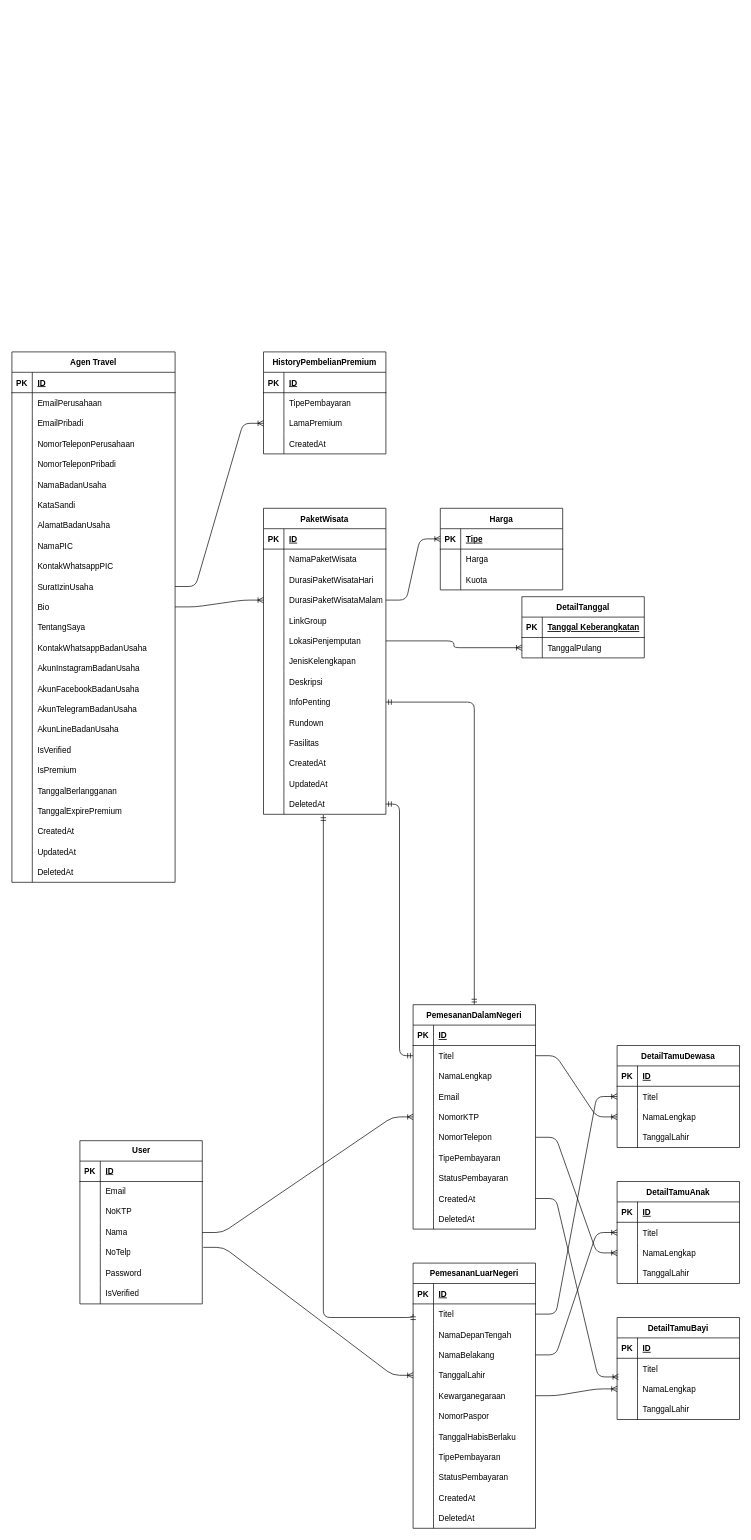
Above: er/sinta_new.drawio in VinncentWong/SintaBE (draw.io), before the change. Source tidied: cells renumbered, new cells numbered last; positions are measured from the earlier drawing's top-left corner, leaving out a move shared by most shapes. Both pictures are drawn from the tidied source at 68%, with x=0, y=0 at pixel (12, 352).
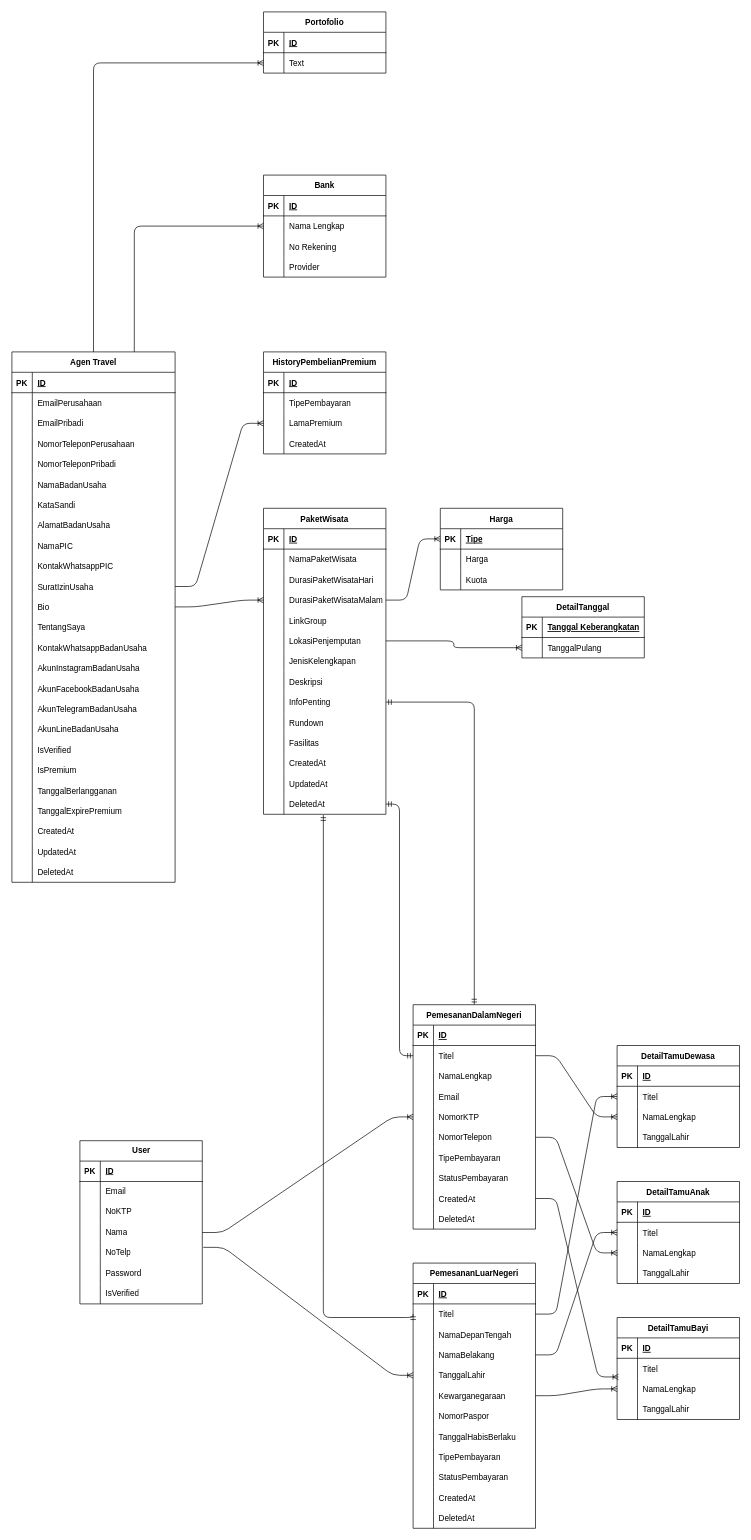
The same page after the edit.

The change refers to these unchanged cells:
```xml
<mxCell id="139" value="Agen Travel" style="shape=table;startSize=30;childLayout=tableLayout;rowLines=0;fontStyle=1;align=center;" parent="1" vertex="1">
  <mxGeometry width="240" height="780" as="geometry" />
</mxCell>
```

Diff of the diagram source:
```diff
@@
+    <mxCell id="295" value="Bank" style="shape=table;startSize=30;childLayout=tableLayout;rowLines=0;fontStyle=1;align=center;" parent="1" vertex="1">
+      <mxGeometry x="370" y="-260" width="180" height="150" as="geometry" />
+    </mxCell>
+    <mxCell id="296" style="shape=tableRow;horizontal=0;startSize=0;swimlaneHead=0;swimlaneBody=0;fillColor=none;top=0;left=0;right=0;bottom=1;" parent="295" vertex="1">
+      <mxGeometry y="30" width="180" height="30" as="geometry" />
+    </mxCell>
+    <mxCell id="297" value="PK" style="shape=partialRectangle;fillColor=none;top=0;left=0;bottom=0;right=0;fontStyle=1;overflow=hidden;" parent="296" vertex="1">
+      <mxGeometry width="30" height="30" as="geometry" />
+    </mxCell>
+    <mxCell id="298" value="ID" style="shape=partialRectangle;fillColor=none;top=0;left=0;bottom=0;right=0;align=left;spacingLeft=6;fontStyle=5;overflow=hidden;" parent="296" vertex="1">
+      <mxGeometry x="30" width="150" height="30" as="geometry" />
+    </mxCell>
+    <mxCell id="299" style="shape=tableRow;horizontal=0;startSize=0;swimlaneHead=0;swimlaneBody=0;fillColor=none;points=[[0,0.5],[1,0.5]];portConstraint=eastwest;top=0;left=0;right=0;bottom=0;" parent="295" vertex="1">
+      <mxGeometry y="60" width="180" height="30" as="geometry" />
+    </mxCell>
+    <mxCell id="300" style="shape=partialRectangle;fillColor=none;top=0;left=0;bottom=0;right=0;overflow=hidden;" parent="299" vertex="1">
+      <mxGeometry width="30" height="30" as="geometry" />
+    </mxCell>
+    <mxCell id="301" value="Nama Lengkap" style="shape=partialRectangle;fillColor=none;top=0;left=0;bottom=0;right=0;align=left;spacingLeft=6;overflow=hidden;" parent="299" vertex="1">
+      <mxGeometry x="30" width="150" height="30" as="geometry" />
+    </mxCell>
+    <mxCell id="302" style="shape=tableRow;horizontal=0;startSize=0;swimlaneHead=0;swimlaneBody=0;fillColor=none;top=0;left=0;right=0;bottom=0;" parent="295" vertex="1">
+      <mxGeometry y="90" width="180" height="30" as="geometry" />
+    </mxCell>
+    <mxCell id="303" style="shape=partialRectangle;fillColor=none;top=0;left=0;bottom=0;right=0;overflow=hidden;" parent="302" vertex="1">
+      <mxGeometry width="30" height="30" as="geometry" />
+    </mxCell>
+    <mxCell id="304" value="No Rekening" style="shape=partialRectangle;fillColor=none;top=0;left=0;bottom=0;right=0;align=left;spacingLeft=6;overflow=hidden;" parent="302" vertex="1">
+      <mxGeometry x="30" width="150" height="30" as="geometry" />
+    </mxCell>
+    <mxCell id="305" style="shape=tableRow;horizontal=0;startSize=0;swimlaneHead=0;swimlaneBody=0;fillColor=none;top=0;left=0;right=0;bottom=0;" parent="295" vertex="1">
+      <mxGeometry y="120" width="180" height="30" as="geometry" />
+    </mxCell>
+    <mxCell id="306" style="shape=partialRectangle;fillColor=none;top=0;left=0;bottom=0;right=0;overflow=hidden;" parent="305" vertex="1">
+      <mxGeometry width="30" height="30" as="geometry" />
+    </mxCell>
+    <mxCell id="307" value="Provider" style="shape=partialRectangle;fillColor=none;top=0;left=0;bottom=0;right=0;align=left;spacingLeft=6;overflow=hidden;" parent="305" vertex="1">
+      <mxGeometry x="30" width="150" height="30" as="geometry" />
+    </mxCell>
+    <mxCell id="308" style="edgeStyle=orthogonalEdgeStyle;fontSize=12;html=1;endArrow=ERoneToMany;exitX=0.75;exitY=0;exitDx=0;exitDy=0;entryX=0;entryY=0.5;entryDx=0;entryDy=0;" parent="1" edge="1" source="139" target="299">
+      <mxGeometry relative="1" as="geometry" />
+    </mxCell>
+    <mxCell id="309" style="edgeStyle=orthogonalEdgeStyle;fontSize=12;html=1;endArrow=ERoneToMany;exitX=0.5;exitY=0;exitDx=0;exitDy=0;entryX=0;entryY=0.5;entryDx=0;entryDy=0;" parent="1" edge="1" source="139" target="314">
+      <mxGeometry relative="1" as="geometry" />
+    </mxCell>
+    <mxCell id="310" value="Portofolio" style="shape=table;startSize=30;childLayout=tableLayout;rowLines=0;fontStyle=1;align=center;" parent="1" vertex="1">
+      <mxGeometry x="370" y="-500" width="180" height="90" as="geometry" />
+    </mxCell>
+    <mxCell id="311" style="shape=tableRow;horizontal=0;startSize=0;swimlaneHead=0;swimlaneBody=0;fillColor=none;top=0;left=0;right=0;bottom=1;" parent="310" vertex="1">
+      <mxGeometry y="30" width="180" height="30" as="geometry" />
+    </mxCell>
+    <mxCell id="312" value="PK" style="shape=partialRectangle;fillColor=none;top=0;left=0;bottom=0;right=0;fontStyle=1;overflow=hidden;" parent="311" vertex="1">
+      <mxGeometry width="30" height="30" as="geometry" />
+    </mxCell>
+    <mxCell id="313" value="ID" style="shape=partialRectangle;fillColor=none;top=0;left=0;bottom=0;right=0;align=left;spacingLeft=6;fontStyle=5;overflow=hidden;" parent="311" vertex="1">
+      <mxGeometry x="30" width="150" height="30" as="geometry" />
+    </mxCell>
+    <mxCell id="314" style="shape=tableRow;horizontal=0;startSize=0;swimlaneHead=0;swimlaneBody=0;fillColor=none;points=[[0,0.5],[1,0.5]];portConstraint=eastwest;top=0;left=0;right=0;bottom=0;" parent="310" vertex="1">
+      <mxGeometry y="60" width="180" height="30" as="geometry" />
+    </mxCell>
+    <mxCell id="315" style="shape=partialRectangle;fillColor=none;top=0;left=0;bottom=0;right=0;overflow=hidden;" parent="314" vertex="1">
+      <mxGeometry width="30" height="30" as="geometry" />
+    </mxCell>
+    <mxCell id="316" value="Text" style="shape=partialRectangle;fillColor=none;top=0;left=0;bottom=0;right=0;align=left;spacingLeft=6;overflow=hidden;" parent="314" vertex="1">
+      <mxGeometry x="30" width="150" height="30" as="geometry" />
+    </mxCell>
```
